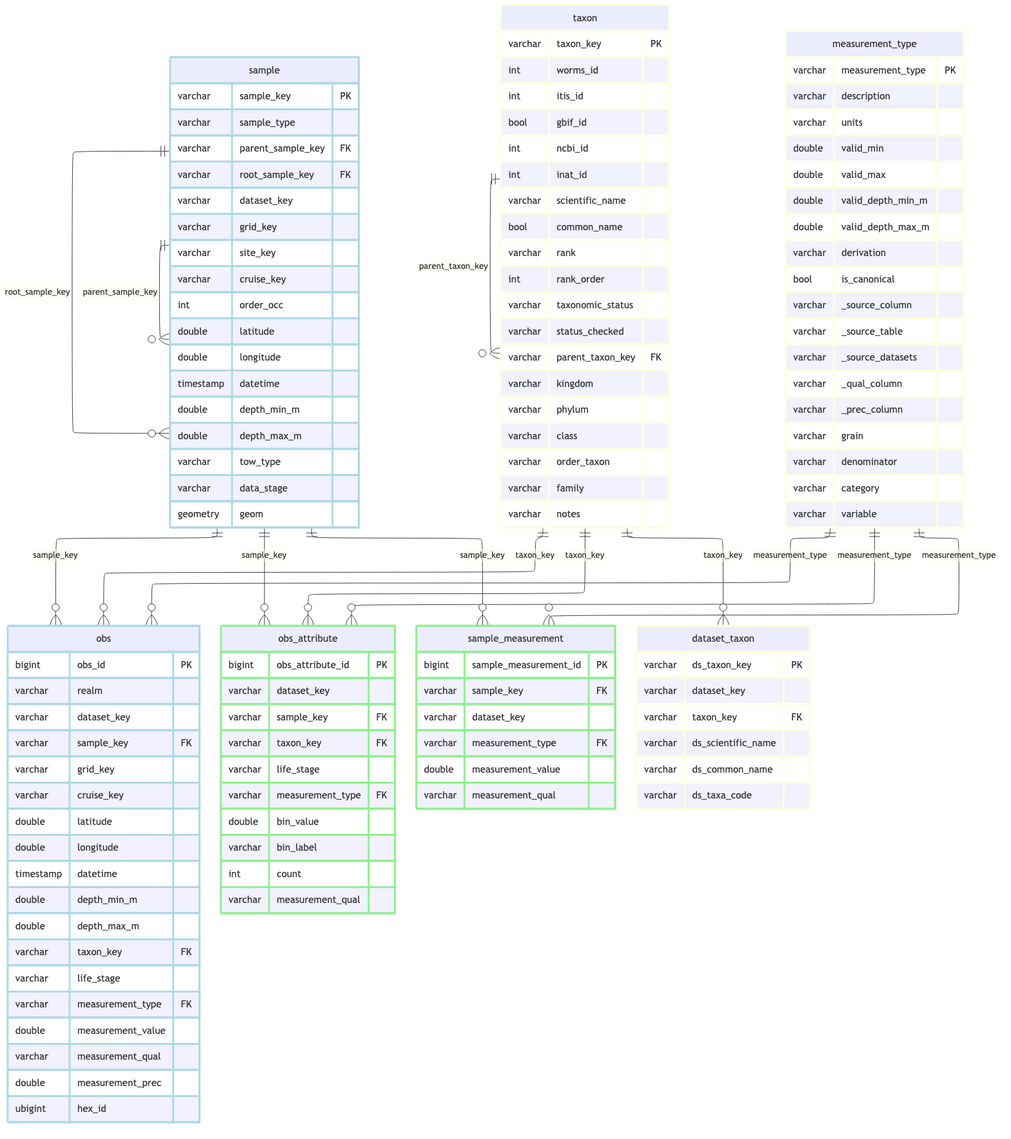
CalCOFI/workflows keeps this Mermaid diagram as _output/ingest_cdfw_dungeness-crab_files/figure-html/schema-core-1.png. Above is the earlier version. Its source is kept beside it as _output/ingest_cdfw_dungeness-crab_files/figure-html/schema-core-1.mmd.
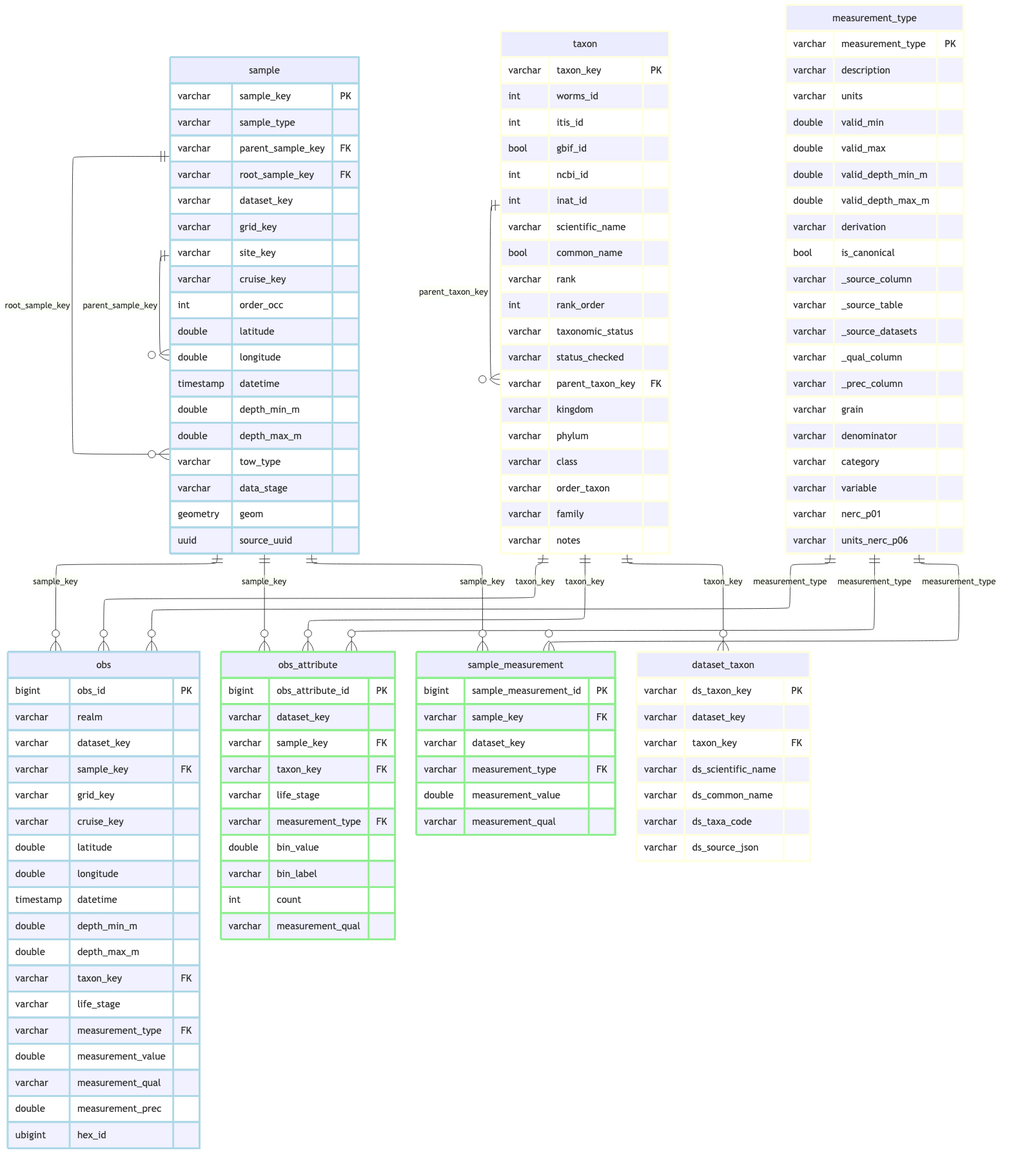
The same diagram one commit later.

Diff of the diagram source:
```diff
@@ -21,6 +21,7 @@
         varchar tow_type
         varchar data_stage
         geometry geom
+        uuid source_uuid
     }
     obs {
         bigint obs_id PK
@@ -90,6 +91,7 @@
         varchar ds_scientific_name
         varchar ds_common_name
         varchar ds_taxa_code
+        varchar ds_source_json
     }
     measurement_type {
         varchar measurement_type PK
@@ -110,6 +112,8 @@
         varchar denominator
         varchar category
         varchar variable
+        varchar nerc_p01
+        varchar units_nerc_p06
     }
     sample ||--o{ sample : "parent_sample_key"
     sample ||--o{ sample : "root_sample_key"
```
